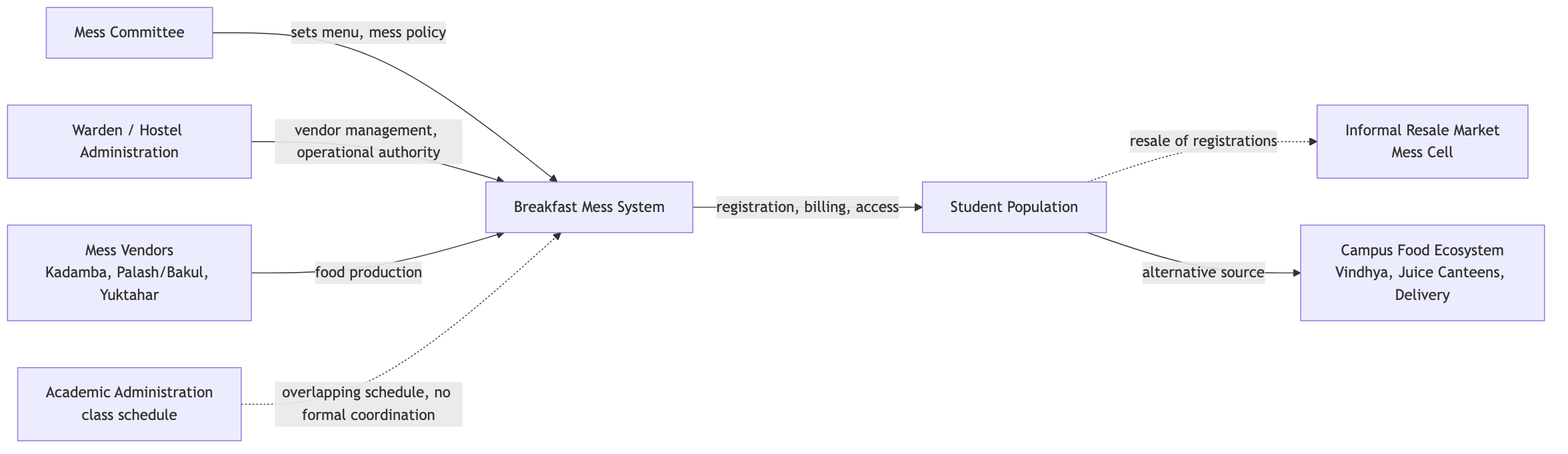
Earlier version of the Mermaid export deliverables/phase-1/assets/diagram2-context-map.png (sricharanperi/breakfast-paradox-systems-thinking). Its source is kept beside it as deliverables/phase-1/assets/diagram2-context-map.mmd. The source it was exported from:
```mermaid
flowchart LR
    Mess["Breakfast Mess System"]
    Academic["Academic Administration<br/>class schedule"]
    Hostel["Warden / Hostel Administration"]
    Committee["Mess Committee"]
    Vendors["Mess Vendors<br/>Kadamba, Palash/Bakul, Yuktahar"]
    Students["Student Population"]
    MessCell["Informal Resale Market<br/>Mess Cell"]
    FoodEco["Campus Food Ecosystem<br/>Vindhya, Juice Canteens, Delivery"]

    Committee -->|sets menu, mess policy| Mess
    Hostel -->|vendor management, operational authority| Mess
    Vendors -->|food production| Mess
    Mess -->|registration, billing, access| Students
    Students -.->|resale of registrations| MessCell
    Students -->|alternative source| FoodEco
    Academic -.->|overlapping schedule, no formal coordination| Mess
```
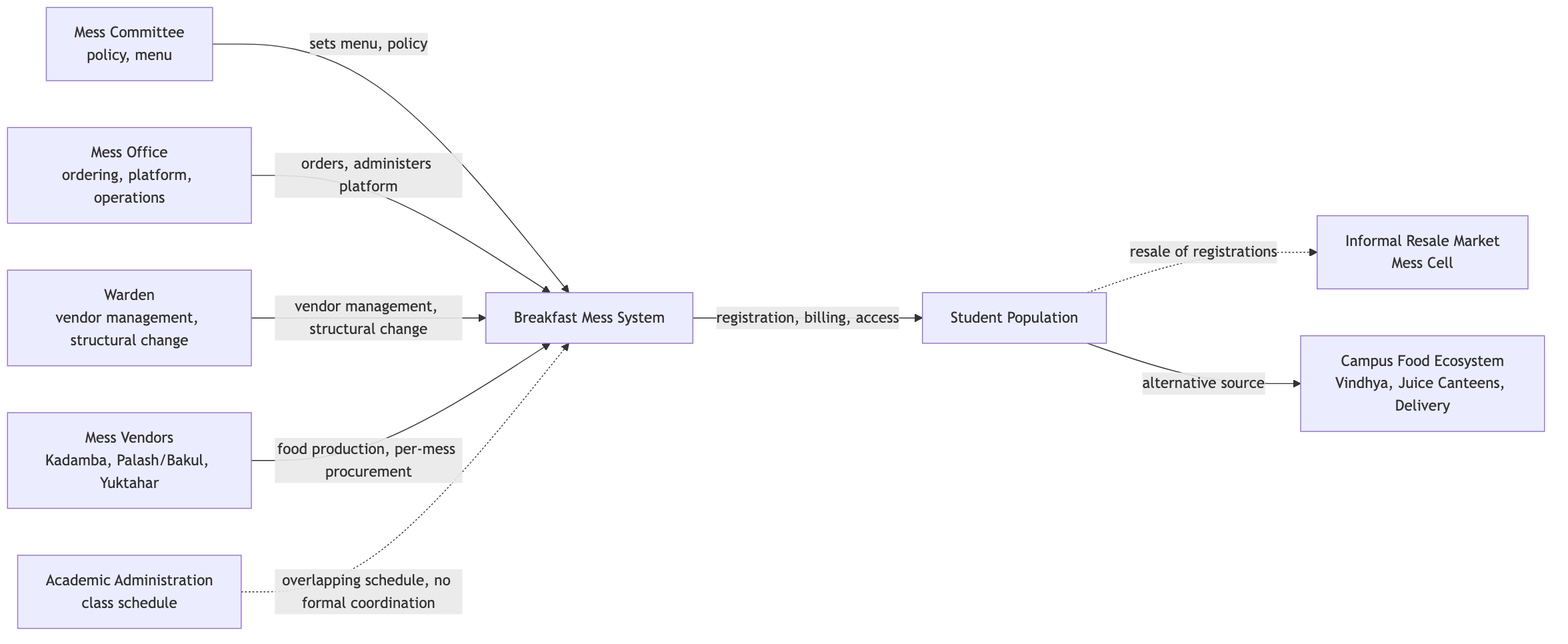
After the change.

Commit message:
Integrate prathyusha's corrections into System Context Brief; simplify problem framing

Change to the diagram source:
```diff
@@ -1,16 +1,18 @@
 flowchart LR
     Mess["Breakfast Mess System"]
     Academic["Academic Administration<br/>class schedule"]
-    Hostel["Warden / Hostel Administration"]
-    Committee["Mess Committee"]
+    Warden["Warden<br/>vendor management, structural change"]
+    Committee["Mess Committee<br/>policy, menu"]
+    Office["Mess Office<br/>ordering, platform, operations"]
     Vendors["Mess Vendors<br/>Kadamba, Palash/Bakul, Yuktahar"]
     Students["Student Population"]
     MessCell["Informal Resale Market<br/>Mess Cell"]
     FoodEco["Campus Food Ecosystem<br/>Vindhya, Juice Canteens, Delivery"]
 
-    Committee -->|sets menu, mess policy| Mess
-    Hostel -->|vendor management, operational authority| Mess
-    Vendors -->|food production| Mess
+    Committee -->|sets menu, policy| Mess
+    Office -->|orders, administers platform| Mess
+    Warden -->|vendor management, structural change| Mess
+    Vendors -->|food production, per-mess procurement| Mess
     Mess -->|registration, billing, access| Students
     Students -.->|resale of registrations| MessCell
     Students -->|alternative source| FoodEco
```
